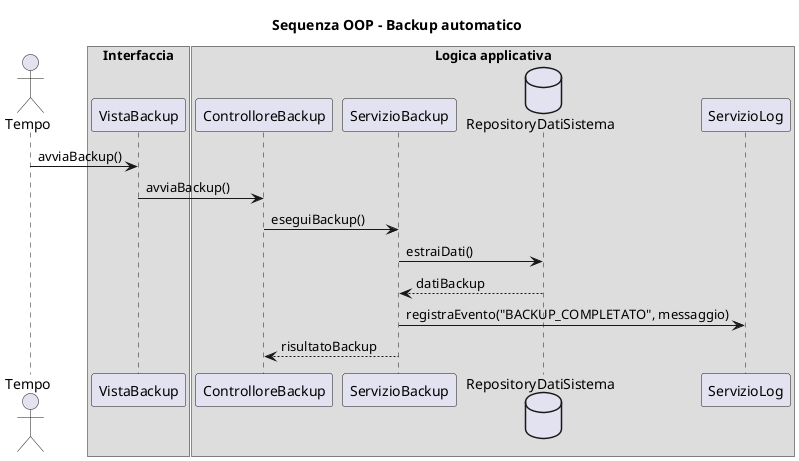
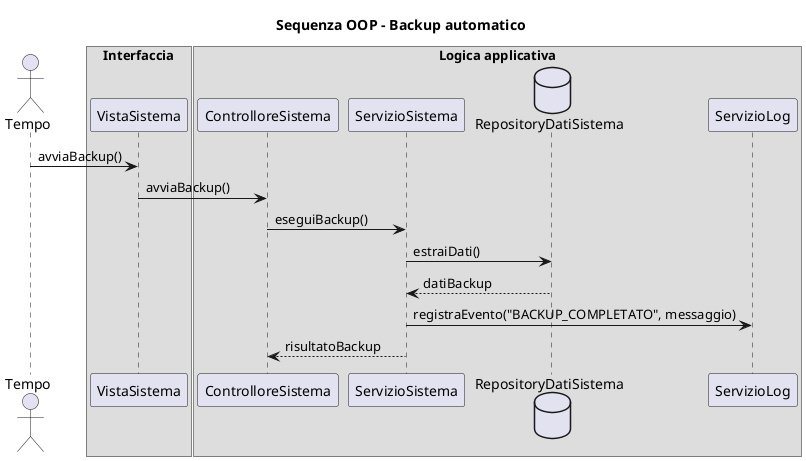
@startuml
title Sequenza OOP - Backup automatico

actor Tempo

box "Interfaccia"
- participant "VistaBackup" as VistaBackup
+ participant "VistaSistema" as VistaSistema
end box

box "Logica applicativa"
- participant "ControlloreBackup" as ControlloreBackup
- participant "ServizioBackup" as ServizioBackup
+ participant "ControlloreSistema" as ControlloreSistema
+ participant "ServizioSistema" as ServizioSistema
database "RepositoryDatiSistema" as RepositoryDatiSistema
participant "ServizioLog" as ServizioLog
end box

- Tempo -> VistaBackup : avviaBackup()
- VistaBackup -> ControlloreBackup : avviaBackup()
- ControlloreBackup -> ServizioBackup : eseguiBackup()
- ServizioBackup -> RepositoryDatiSistema : estraiDati()
- RepositoryDatiSistema --> ServizioBackup : datiBackup
- ServizioBackup -> ServizioLog : registraEvento("BACKUP_COMPLETATO", messaggio)
- ServizioBackup --> ControlloreBackup : risultatoBackup
+ Tempo -> VistaSistema : avviaBackup()
+ VistaSistema -> ControlloreSistema : avviaBackup()
+ ControlloreSistema -> ServizioSistema : eseguiBackup()
+ ServizioSistema -> RepositoryDatiSistema : estraiDati()
+ RepositoryDatiSistema --> ServizioSistema : datiBackup
+ ServizioSistema -> ServizioLog : registraEvento("BACKUP_COMPLETATO", messaggio)
+ ServizioSistema --> ControlloreSistema : risultatoBackup
@enduml
